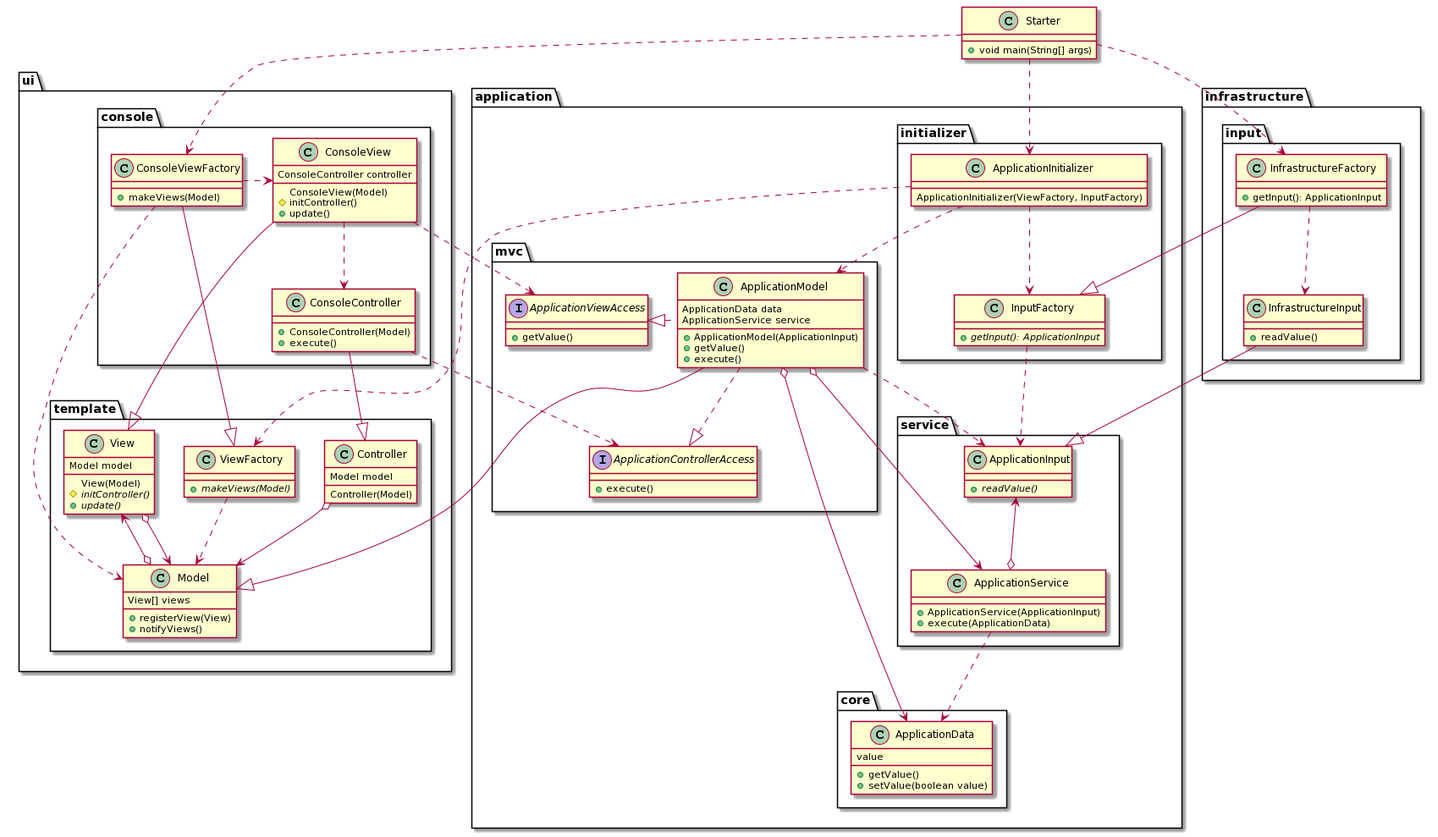
Before: uml/mvc_with_infrastructure.png, a diagram exported from PlantUML (Erwerner/MVCTemplate).
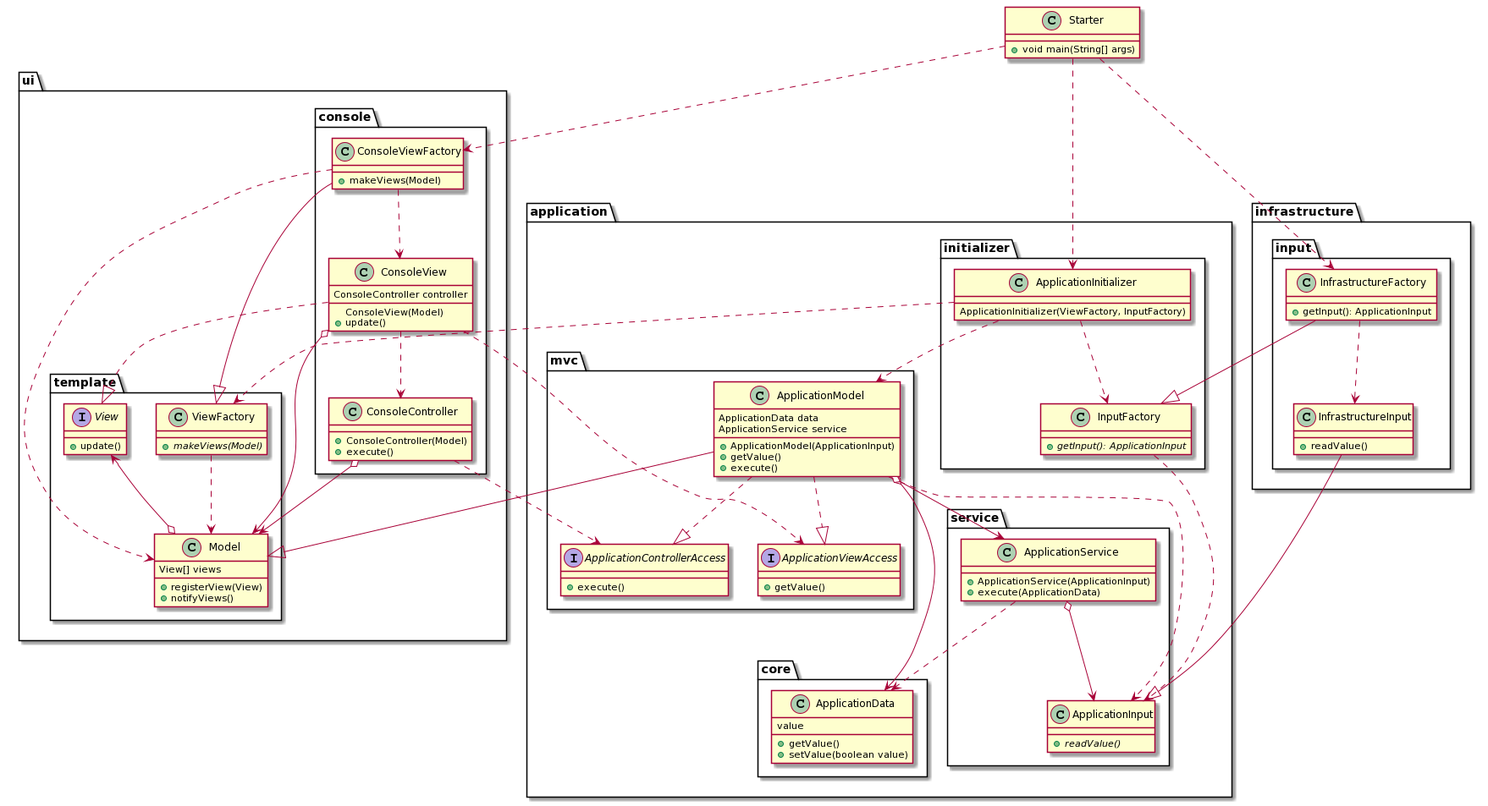
Above is the later version.

Commit message:
replaces view class with interface and removes controller baseclass

What changed in the source:
```diff
@@ -49,22 +49,14 @@
   }
   package ui{
     package template{
-class Controller
-{
-Model model
-Controller(Model)
-}
 class Model {
 View[] views
 + registerView(View)
 + notifyViews()
 }
-class View
+interface View
 {
-Model model
-View(Model)
-# {abstract} initController()
-+ {abstract} update()
++ update()
 }
 class ViewFactory
 {
@@ -82,7 +74,6 @@
 {
 ConsoleController controller
 ConsoleView(Model)
-# initController()
 + update()
 }
 class ConsoleViewFactory
@@ -115,25 +106,25 @@
 
 ApplicationModel --|> Model
 ApplicationModel ..|> ApplicationControllerAccess
-ApplicationModel .left.|> ApplicationViewAccess
+ApplicationModel ..|> ApplicationViewAccess
 ApplicationModel o--> ApplicationData
 ApplicationModel o--> ApplicationService
 
 ApplicationService ..> ApplicationData
 
-ConsoleController --|> Controller
 ConsoleController ..> ApplicationControllerAccess
 
-ConsoleView --|> View
+ConsoleView ..|> View
 ConsoleView ..> ApplicationViewAccess
 ConsoleView ..> ConsoleController
 
+ConsoleView o-->Model
+ConsoleController o-->Model
+
 ConsoleViewFactory --|> ViewFactory
-ConsoleViewFactory .right.> ConsoleView
+ConsoleViewFactory ..> ConsoleView
 ConsoleViewFactory ..> Model
-Controller  o--> Model
 Model o-up-> View
-View o--> Model
 
 Starter ..> ApplicationInitializer
 Starter ..>  ConsoleViewFactory
@@ -142,6 +133,6 @@
 InfrastructureFactory --|> InputFactory
 InfrastructureFactory ..> InfrastructureInput
 InputFactory ..> ApplicationInput
-ApplicationService o-up-> ApplicationInput
+ApplicationService o--> ApplicationInput
 ApplicationModel ..> ApplicationInput
 @enduml
```
